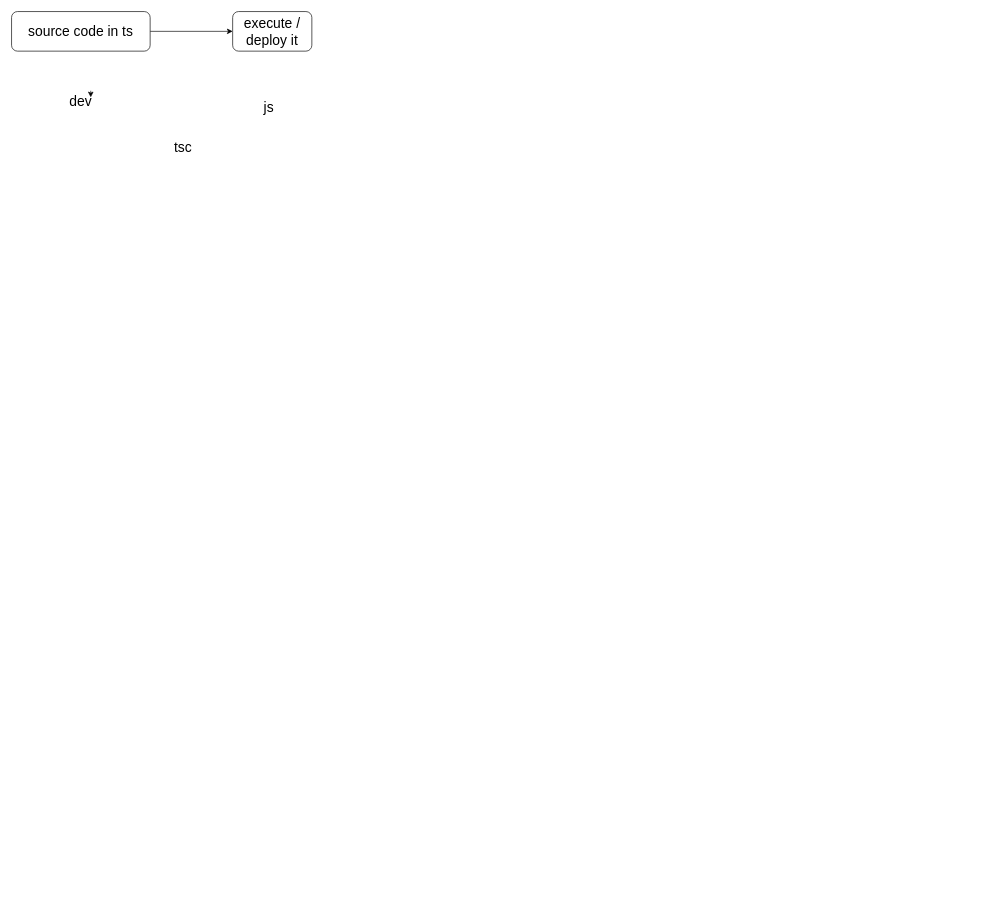
Earlier version of the draw.io diagram page "Page-1" (1 of 2) of Untitled Diagram.drawio (abhinandanchivate/ImarticusCBAReact). Source tidied: cells renumbered, new cells numbered last; positions are measured from the earlier drawing's top-left corner, leaving out a move shared by most shapes. Both pictures are drawn from the tidied source at 66%, with x=0, y=0 at pixel (11, 11).
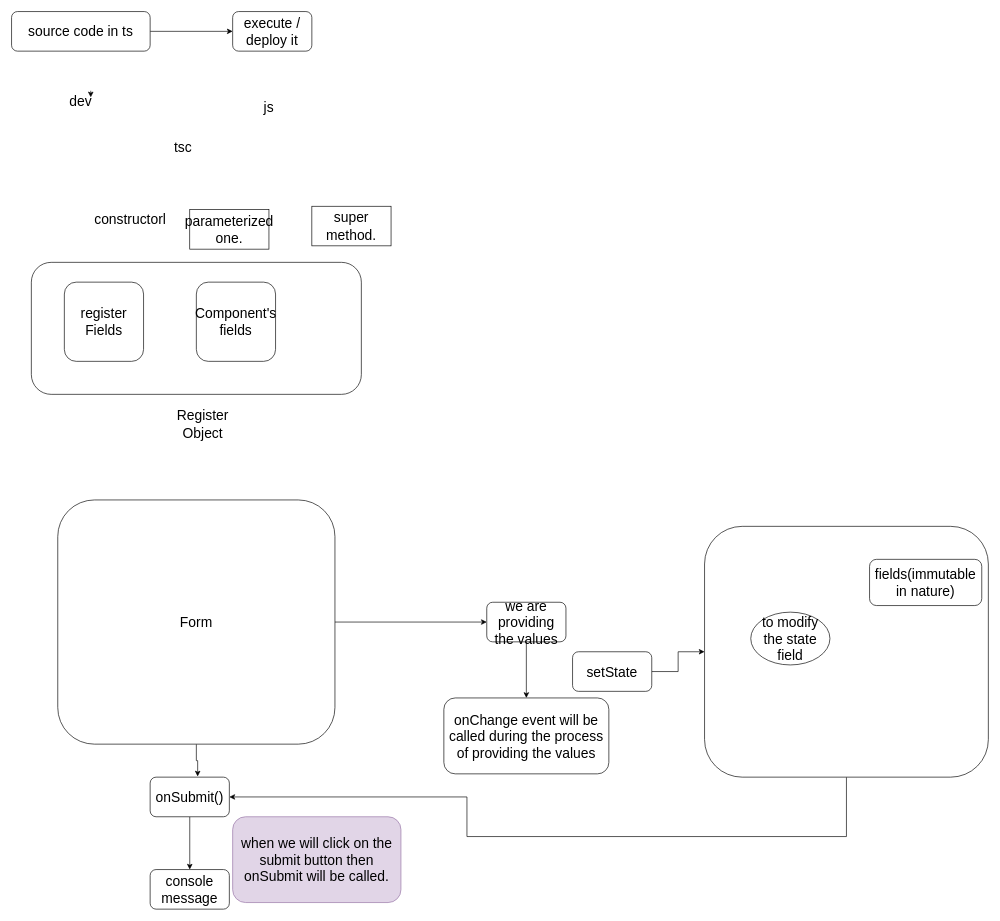
After the change.

The edit, as a diff of the source:
```diff
@@
+    <mxCell id="9" style="rounded=1;whiteSpace=wrap;html=1;fontSize=21;" parent="1" vertex="1">
+      <mxGeometry x="30" y="380" width="500" height="200" as="geometry" />
+    </mxCell>
+    <mxCell id="10" value="register Fields" style="rounded=1;whiteSpace=wrap;html=1;fontSize=21;" parent="1" vertex="1">
+      <mxGeometry x="80" y="410" width="120" height="120" as="geometry" />
+    </mxCell>
+    <mxCell id="11" value="Component's fields" style="rounded=1;whiteSpace=wrap;html=1;fontSize=21;" parent="1" vertex="1">
+      <mxGeometry x="280" y="410" width="120" height="120" as="geometry" />
+    </mxCell>
+    <mxCell id="12" value="Register Object" style="text;html=1;strokeColor=none;fillColor=none;align=center;verticalAlign=middle;whiteSpace=wrap;rounded=0;fontSize=21;" parent="1" vertex="1">
+      <mxGeometry x="230" y="600" width="120" height="50" as="geometry" />
+    </mxCell>
+    <mxCell id="13" value="constructorl" style="text;html=1;strokeColor=none;fillColor=none;align=center;verticalAlign=middle;whiteSpace=wrap;rounded=0;fontSize=21;" parent="1" vertex="1">
+      <mxGeometry x="150" y="300" width="60" height="30" as="geometry" />
+    </mxCell>
+    <mxCell id="14" value="parameterized one." style="whiteSpace=wrap;html=1;fontSize=21;" parent="1" vertex="1">
+      <mxGeometry x="270" y="300" width="120" height="60" as="geometry" />
+    </mxCell>
+    <mxCell id="15" value="super method." style="whiteSpace=wrap;html=1;fontSize=21;" parent="1" vertex="1">
+      <mxGeometry x="455" y="295" width="120" height="60" as="geometry" />
+    </mxCell>
+    <mxCell id="16" style="edgeStyle=orthogonalEdgeStyle;rounded=0;jettySize=auto;html=1;entryX=0.6;entryY=-0.017;entryDx=0;entryDy=0;entryPerimeter=0;fontSize=21;" parent="1" edge="1" source="18" target="20">
+      <mxGeometry relative="1" as="geometry" />
+    </mxCell>
+    <mxCell id="17" style="edgeStyle=orthogonalEdgeStyle;rounded=0;jettySize=auto;html=1;fontSize=21;" parent="1" edge="1" source="18" target="23">
+      <mxGeometry relative="1" as="geometry" />
+    </mxCell>
+    <mxCell id="18" value="Form" style="rounded=1;whiteSpace=wrap;html=1;fontSize=21;" parent="1" vertex="1">
+      <mxGeometry x="70" y="740" width="420" height="370" as="geometry" />
+    </mxCell>
+    <mxCell id="19" style="edgeStyle=orthogonalEdgeStyle;rounded=0;jettySize=auto;html=1;fontSize=21;" parent="1" edge="1" source="20" target="21">
+      <mxGeometry relative="1" as="geometry" />
+    </mxCell>
+    <mxCell id="20" value="onSubmit()" style="rounded=1;whiteSpace=wrap;html=1;fontSize=21;" parent="1" vertex="1">
+      <mxGeometry x="210" y="1160" width="120" height="60" as="geometry" />
+    </mxCell>
+    <mxCell id="21" value="console message" style="whiteSpace=wrap;html=1;fontSize=21;rounded=1;" parent="1" vertex="1">
+      <mxGeometry x="210" y="1300" width="120" height="60" as="geometry" />
+    </mxCell>
+    <mxCell id="22" style="edgeStyle=orthogonalEdgeStyle;rounded=0;jettySize=auto;html=1;fontSize=21;" parent="1" edge="1" source="23" target="24">
+      <mxGeometry relative="1" as="geometry" />
+    </mxCell>
+    <mxCell id="23" value="we are providing the values" style="whiteSpace=wrap;html=1;fontSize=21;rounded=1;" parent="1" vertex="1">
+      <mxGeometry x="720" y="895" width="120" height="60" as="geometry" />
+    </mxCell>
+    <mxCell id="24" value="onChange event will be called during the process of providing the values" style="whiteSpace=wrap;html=1;fontSize=21;rounded=1;" parent="1" vertex="1">
+      <mxGeometry x="655" y="1040" width="250" height="115" as="geometry" />
+    </mxCell>
+    <mxCell id="25" style="edgeStyle=orthogonalEdgeStyle;rounded=0;jettySize=auto;html=1;fontSize=21;" parent="1" edge="1" source="26" target="28">
+      <mxGeometry relative="1" as="geometry" />
+    </mxCell>
+    <mxCell id="26" value="setState" style="rounded=1;whiteSpace=wrap;html=1;fontSize=21;" parent="1" vertex="1">
+      <mxGeometry x="850" y="970" width="120" height="60" as="geometry" />
+    </mxCell>
+    <mxCell id="27" style="edgeStyle=orthogonalEdgeStyle;rounded=0;jettySize=auto;html=1;fontSize=21;" parent="1" edge="1" source="28" target="20">
+      <mxGeometry relative="1" as="geometry">
+        <Array as="points">
+          <mxPoint x="1265" y="1250" />
+          <mxPoint x="690" y="1250" />
+          <mxPoint x="690" y="1190" />
+        </Array>
+      </mxGeometry>
+    </mxCell>
+    <mxCell id="28" style="whiteSpace=wrap;html=1;fontSize=21;rounded=1;" parent="1" vertex="1">
+      <mxGeometry x="1050" y="780" width="430" height="380" as="geometry" />
+    </mxCell>
+    <mxCell id="29" value="fields(immutable in nature)" style="rounded=1;whiteSpace=wrap;html=1;fontSize=21;" parent="1" vertex="1">
+      <mxGeometry x="1300" y="830" width="170" height="70" as="geometry" />
+    </mxCell>
+    <mxCell id="30" value="to modify the state field" style="ellipse;whiteSpace=wrap;html=1;fontSize=21;" parent="1" vertex="1">
+      <mxGeometry x="1120" y="910" width="120" height="80" as="geometry" />
+    </mxCell>
+    <mxCell id="31" value="when we will click on the submit button then onSubmit will be called." style="rounded=1;whiteSpace=wrap;html=1;fontSize=21;fillColor=#e1d5e7;strokeColor=#9673a6;" parent="1" vertex="1">
+      <mxGeometry x="335" y="1220" width="255" height="130" as="geometry" />
+    </mxCell>
```
